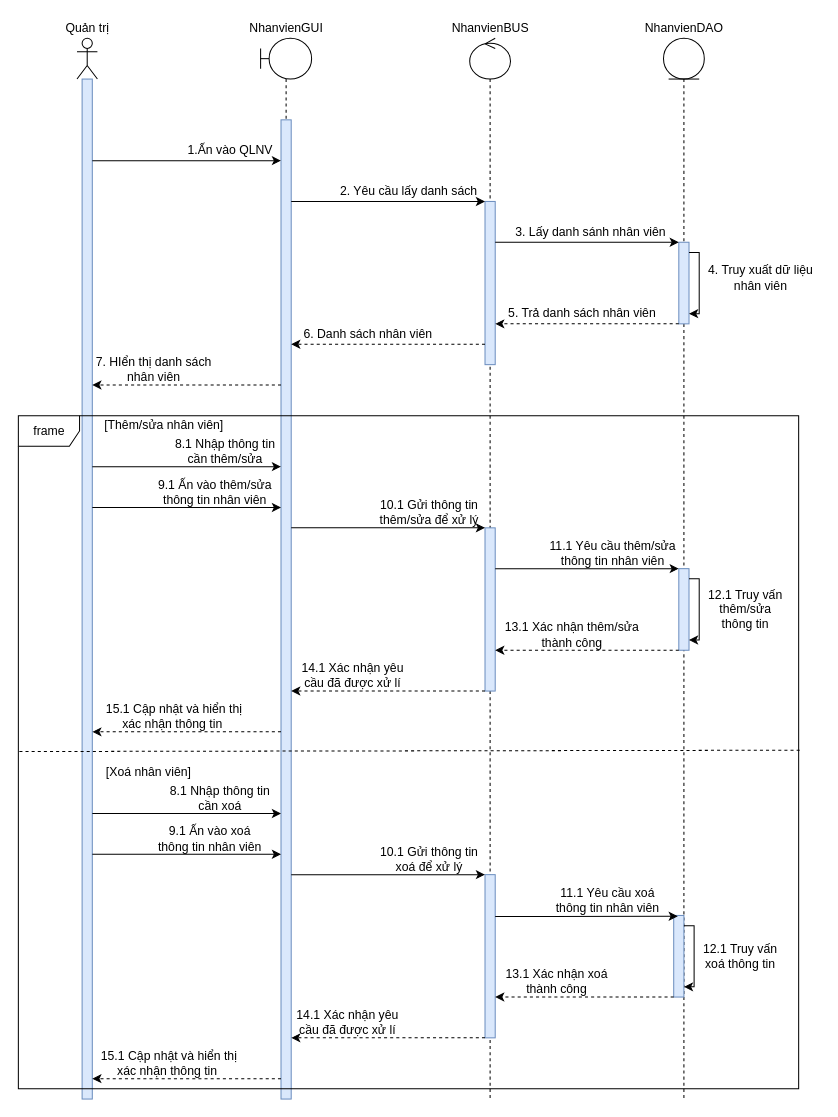
EdgarIgnite16/OOAD-Project keeps this draw.io diagram as Sequence Diagrams/Nguyên Lộc/SD_QuảnLíNhânViên.drawio. Above is the earlier version. Source tidied: cells renumbered, new cells numbered last; positions are measured from the earlier drawing's top-left corner, leaving out a move shared by most shapes. Both pictures are drawn from the tidied source at 102%, with x=0, y=0 at pixel (17, 17).
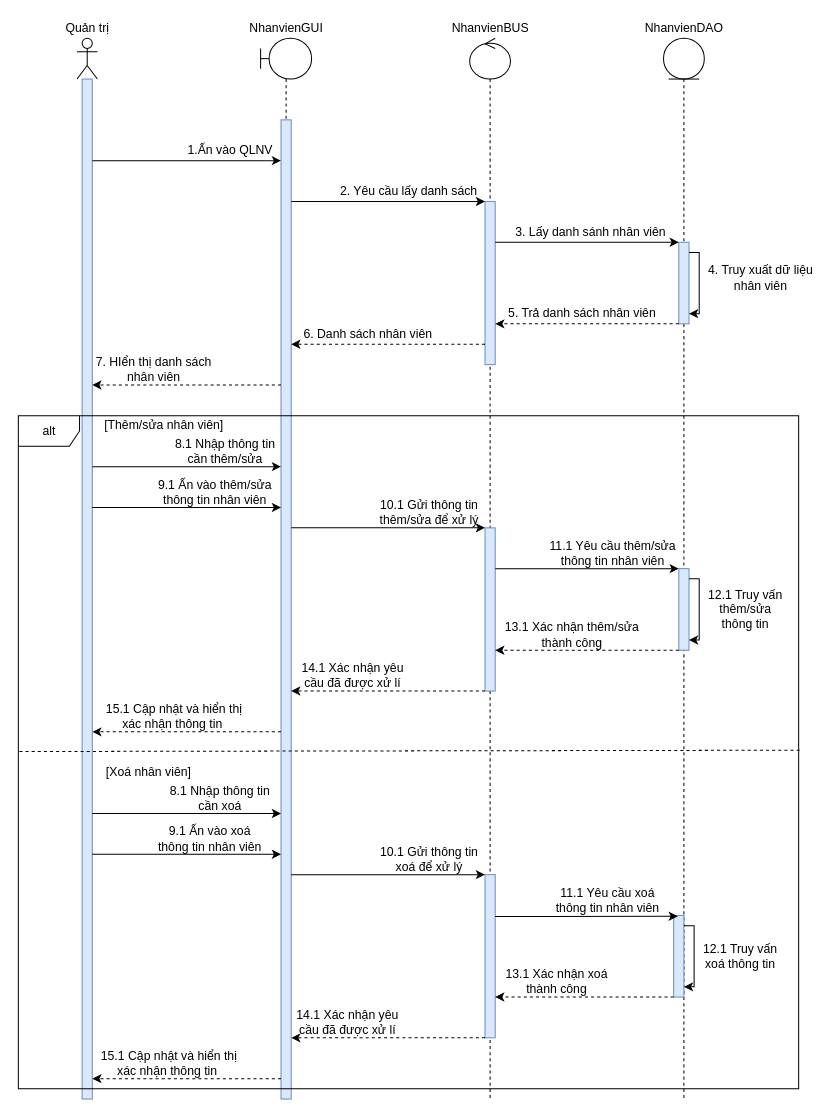
Above is the later version.

Diff of the diagram source:
```diff
@@
-    <mxCell id="67" value="frame" style="shape=umlFrame;whiteSpace=wrap;html=1;" parent="1" vertex="1">
+    <mxCell id="67" value="alt" style="shape=umlFrame;whiteSpace=wrap;html=1;" parent="1" vertex="1">
       <mxGeometry x="0.5" y="390" width="765" height="660" as="geometry" />
     </mxCell>
```
